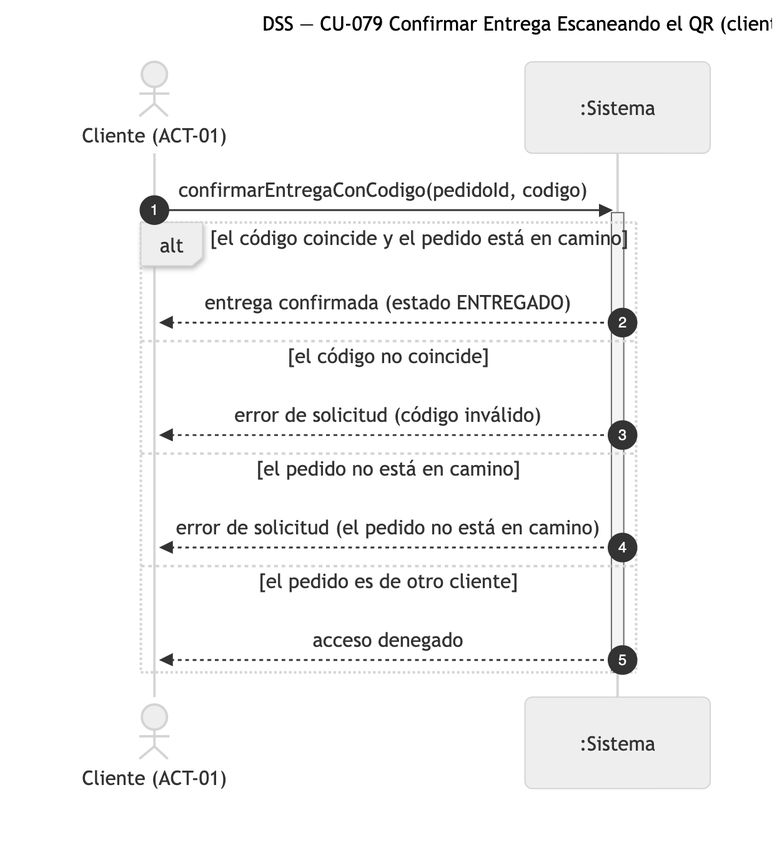
Above: diagramas/png/DSS_CU-079_Confirmar-Entrega-Escaneando-El-Qr.png in Nahuelito-Dev/splg-docs (Mermaid), before the change. Its source is kept beside it as diagramas/DSS_CU-079_Confirmar-Entrega-Escaneando-El-Qr.mmd.
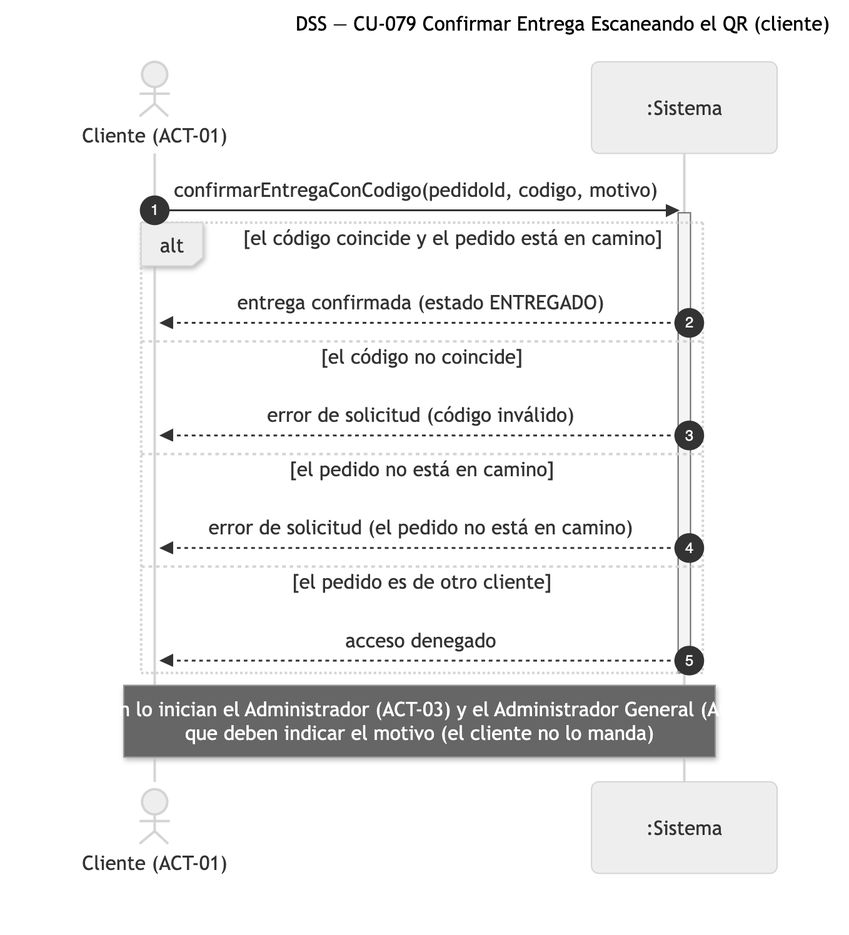
Above is the later version.

The edit, as a diff of the source:
```diff
@@ -4,7 +4,7 @@
     actor CLI as Cliente (ACT-01)
     participant SIS as :Sistema
 
-    CLI->>SIS: confirmarEntregaConCodigo(pedidoId, codigo)
+    CLI->>SIS: confirmarEntregaConCodigo(pedidoId, codigo, motivo)
     activate SIS
     alt el código coincide y el pedido está en camino
         SIS-->>CLI: entrega confirmada (estado ENTREGADO)
@@ -16,3 +16,4 @@
         SIS-->>CLI: acceso denegado
     end
     deactivate SIS
+    Note over CLI,SIS: También lo inician el Administrador (ACT-03) y el Administrador General (ACT-05),<br/>que deben indicar el motivo (el cliente no lo manda)
```
